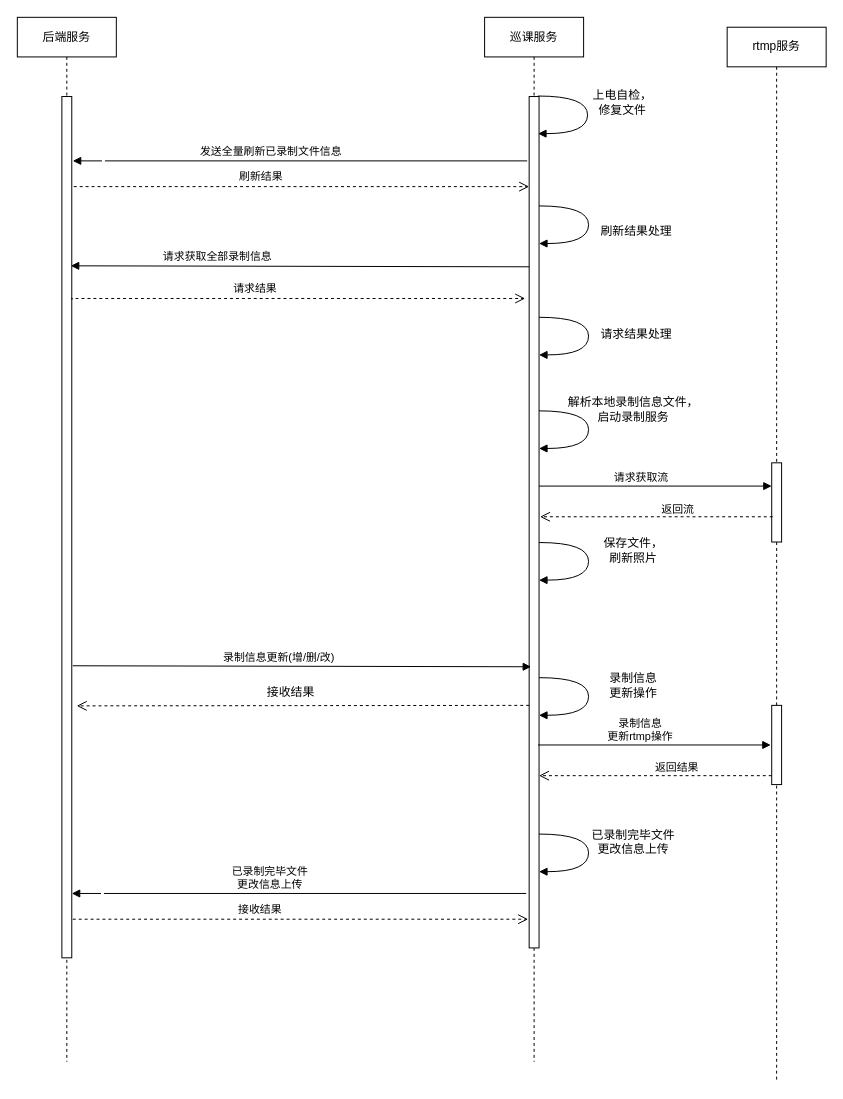
The draw.io diagram 巡课服务启动流程.drawio in huangPeiLc/drawio, before the edit. Source tidied: cells renumbered, new cells numbered last; positions are measured from the earlier drawing's top-left corner, leaving out a move shared by most shapes. Both pictures are drawn from the tidied source at 99%, with x=0, y=0 at pixel (17, 17).
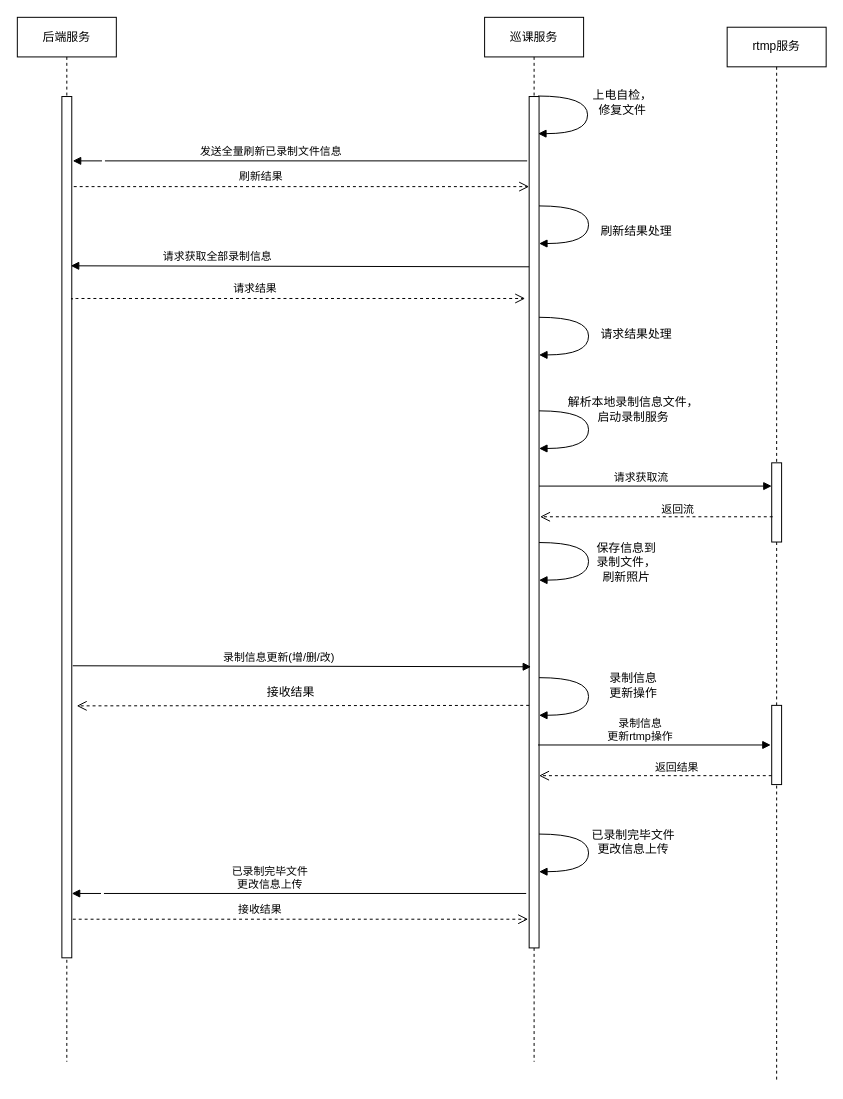
The same page after the edit.

Commit message:
Update 巡课服务启动流程.drawio

The edit, as a diff of the source:
```diff
@@
-    <mxCell id="13" value="&lt;div&gt;保存文件，&lt;/div&gt;&lt;div&gt;刷新照片&lt;/div&gt;" style="html=1;verticalAlign=bottom;endArrow=block;labelBackgroundColor=none;fontFamily=Verdana;fontSize=12;elbow=vertical;edgeStyle=orthogonalEdgeStyle;curved=1;entryX=1;entryY=0.286;entryPerimeter=0;" parent="1" edge="1">
-      <mxGeometry x="0.28" y="-47" relative="1" as="geometry">
+    <mxCell id="13" value="&lt;div&gt;保存信息到&lt;/div&gt;&lt;div&gt;录制文件，&lt;/div&gt;&lt;div&gt;刷新照片&lt;/div&gt;" style="html=1;verticalAlign=bottom;endArrow=block;labelBackgroundColor=none;fontFamily=Verdana;fontSize=12;elbow=vertical;edgeStyle=orthogonalEdgeStyle;curved=1;entryX=1;entryY=0.286;entryPerimeter=0;" parent="1" edge="1">
+      <mxGeometry x="0.28" y="38" relative="1" as="geometry">
         <mxPoint x="527" y="530.5" as="sourcePoint" />
         <mxPoint x="527" y="568.5" as="targetPoint" />
         <Array as="points">
           <mxPoint x="577" y="530.5" />
           <mxPoint x="577" y="568.5" />
         </Array>
-        <mxPoint x="45" y="34" as="offset" />
+        <mxPoint x="38" y="-32" as="offset" />
       </mxGeometry>
     </mxCell>
```
